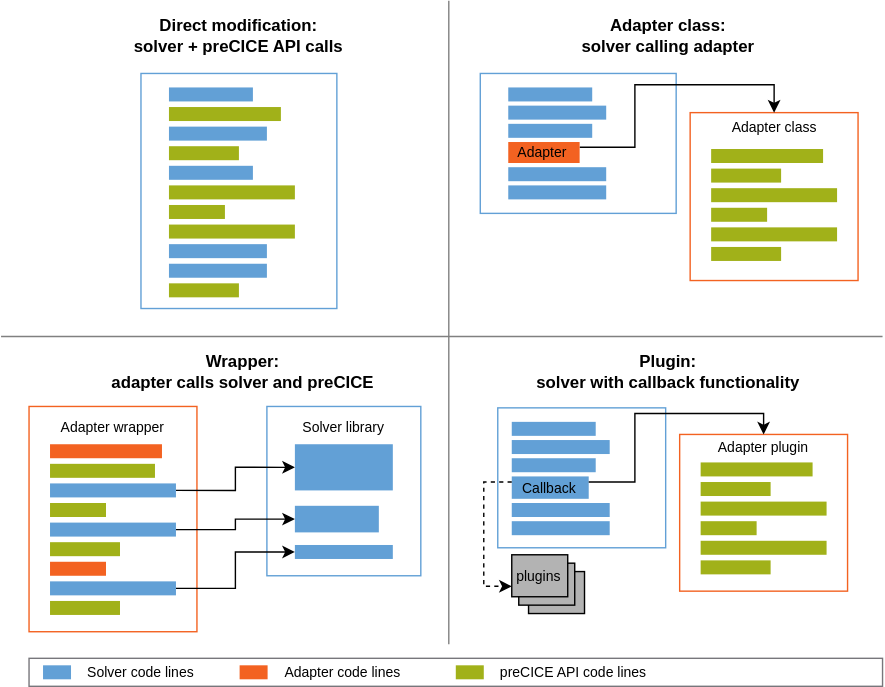
Earlier version of the draw.io export images/docs/couple-your-code/adapter-software-engineering/adapter-software-engineering-approaches.svg (precice/precice.github.io). Source tidied: cells renumbered, new cells last; positions are measured from the earlier drawing's top-left corner, leaving out a move shared by most shapes. Source of this version:
```xml
<mxGraphModel>
  <root>
    <mxCell id="0" />
    <mxCell id="1" parent="0" />
    <mxCell id="2" style="group;" parent="1" vertex="1">
      <mxGeometry x="100" y="52" width="140" height="168" as="geometry" />
    </mxCell>
    <mxCell id="3" style="rounded=0;whiteSpace=wrap;html=1;strokeColor=#62A0D6;" parent="2" vertex="1">
      <mxGeometry width="140" height="168" as="geometry" />
    </mxCell>
    <mxCell id="4" style="rounded=0;whiteSpace=wrap;html=1;strokeColor=none;fillColor=#A1B119;" parent="2" vertex="1">
      <mxGeometry x="20" y="80" width="90" height="10" as="geometry" />
    </mxCell>
    <mxCell id="5" style="rounded=0;whiteSpace=wrap;html=1;strokeColor=none;fillColor=#62A0D6;" parent="2" vertex="1">
      <mxGeometry x="20" y="10" width="60" height="10" as="geometry" />
    </mxCell>
    <mxCell id="6" style="rounded=0;whiteSpace=wrap;html=1;strokeColor=none;fillColor=#62A0D6;" parent="2" vertex="1">
      <mxGeometry x="20" y="38" width="70" height="10" as="geometry" />
    </mxCell>
    <mxCell id="7" style="rounded=0;whiteSpace=wrap;html=1;strokeColor=none;fillColor=#62A0D6;" parent="2" vertex="1">
      <mxGeometry x="20" y="66" width="60" height="10" as="geometry" />
    </mxCell>
    <mxCell id="8" style="rounded=0;whiteSpace=wrap;html=1;strokeColor=none;fillColor=#62A0D6;" parent="2" vertex="1">
      <mxGeometry x="20" y="122" width="70" height="10" as="geometry" />
    </mxCell>
    <mxCell id="9" style="rounded=0;whiteSpace=wrap;html=1;strokeColor=none;fillColor=#62A0D6;" parent="2" vertex="1">
      <mxGeometry x="20" y="136" width="70" height="10" as="geometry" />
    </mxCell>
    <mxCell id="10" style="rounded=0;whiteSpace=wrap;html=1;strokeColor=none;fillColor=#A1B119;" parent="2" vertex="1">
      <mxGeometry x="20" y="24" width="80" height="10" as="geometry" />
    </mxCell>
    <mxCell id="11" style="rounded=0;whiteSpace=wrap;html=1;strokeColor=none;fillColor=#A1B119;" parent="2" vertex="1">
      <mxGeometry x="20" y="52" width="50" height="10" as="geometry" />
    </mxCell>
    <mxCell id="12" style="rounded=0;whiteSpace=wrap;html=1;strokeColor=none;fillColor=#A1B119;" parent="2" vertex="1">
      <mxGeometry x="20" y="94" width="40" height="10" as="geometry" />
    </mxCell>
    <mxCell id="13" style="rounded=0;whiteSpace=wrap;html=1;strokeColor=none;fillColor=#A1B119;" parent="2" vertex="1">
      <mxGeometry x="20" y="108" width="90" height="10" as="geometry" />
    </mxCell>
    <mxCell id="14" style="rounded=0;whiteSpace=wrap;html=1;strokeColor=none;fillColor=#A1B119;" parent="2" vertex="1">
      <mxGeometry x="20" y="150" width="50" height="10" as="geometry" />
    </mxCell>
    <mxCell id="15" style="endArrow=none;html=1;rounded=0;strokeColor=#808080;" parent="1" edge="1">
      <mxGeometry relative="1" as="geometry">
        <mxPoint y="240" as="sourcePoint" />
        <mxPoint x="630" y="240" as="targetPoint" />
      </mxGeometry>
    </mxCell>
    <mxCell id="16" style="endArrow=none;html=1;rounded=0;strokeColor=#808080;" parent="1" edge="1">
      <mxGeometry relative="1" as="geometry">
        <mxPoint x="320" y="460" as="sourcePoint" />
        <mxPoint x="320" as="targetPoint" />
      </mxGeometry>
    </mxCell>
    <mxCell id="17" value="Direct modification:&lt;br&gt;solver + preCICE API calls" style="text;html=1;align=center;verticalAlign=middle;whiteSpace=wrap;rounded=0;fontStyle=1;" parent="1" vertex="1">
      <mxGeometry x="90" y="10" width="160" height="30" as="geometry" />
    </mxCell>
    <mxCell id="18" value="Adapter class:&lt;br&gt;solver calling adapter" style="text;html=1;align=center;verticalAlign=middle;whiteSpace=wrap;rounded=0;fontStyle=1;" parent="1" vertex="1">
      <mxGeometry x="397.5" y="10" width="160" height="30" as="geometry" />
    </mxCell>
    <mxCell id="19" value="Plugin:&lt;br&gt;solver with callback functionality" style="text;html=1;align=center;verticalAlign=middle;whiteSpace=wrap;rounded=0;fontStyle=1;" parent="1" vertex="1">
      <mxGeometry x="379.4" y="250" width="196.2" height="30" as="geometry" />
    </mxCell>
    <mxCell id="20" style="rounded=0;whiteSpace=wrap;html=1;strokeColor=#62A0D6;" parent="1" vertex="1">
      <mxGeometry x="190" y="290" width="110" height="121" as="geometry" />
    </mxCell>
    <mxCell id="21" style="rounded=0;whiteSpace=wrap;html=1;strokeColor=#F36221;" parent="1" vertex="1">
      <mxGeometry x="20" y="290" width="120" height="161" as="geometry" />
    </mxCell>
    <mxCell id="22" style="rounded=0;whiteSpace=wrap;html=1;strokeColor=none;fillColor=#62A0D6;" parent="1" vertex="1">
      <mxGeometry x="210" y="317" width="70" height="33" as="geometry" />
    </mxCell>
    <mxCell id="23" style="rounded=0;whiteSpace=wrap;html=1;strokeColor=none;fillColor=#62A0D6;" parent="1" vertex="1">
      <mxGeometry x="210" y="389" width="70" height="10" as="geometry" />
    </mxCell>
    <mxCell id="24" style="rounded=0;whiteSpace=wrap;html=1;strokeColor=none;fillColor=#F36221;" parent="1" vertex="1">
      <mxGeometry x="35" y="317" width="80" height="10" as="geometry" />
    </mxCell>
    <mxCell id="25" style="rounded=0;whiteSpace=wrap;html=1;strokeColor=none;fillColor=#A1B119;" parent="1" vertex="1">
      <mxGeometry x="35" y="331" width="75" height="10" as="geometry" />
    </mxCell>
    <mxCell id="26" style="edgeStyle=orthogonalEdgeStyle;rounded=0;jettySize=auto;html=1;exitX=1;exitY=0.5;exitDx=0;exitDy=0;entryX=0;entryY=0.5;entryDx=0;entryDy=0;" parent="1" edge="1" source="27" target="22">
      <mxGeometry relative="1" as="geometry" />
    </mxCell>
    <mxCell id="27" style="rounded=0;whiteSpace=wrap;html=1;strokeColor=none;fillColor=#62A0D6;" parent="1" vertex="1">
      <mxGeometry x="35" y="345" width="90" height="10" as="geometry" />
    </mxCell>
    <mxCell id="28" style="rounded=0;whiteSpace=wrap;html=1;strokeColor=none;fillColor=#A1B119;" parent="1" vertex="1">
      <mxGeometry x="35" y="359" width="40" height="10" as="geometry" />
    </mxCell>
    <mxCell id="29" style="edgeStyle=orthogonalEdgeStyle;rounded=0;jettySize=auto;html=1;exitX=1;exitY=0.5;exitDx=0;exitDy=0;entryX=0;entryY=0.5;entryDx=0;entryDy=0;" parent="1" edge="1" source="30" target="37">
      <mxGeometry relative="1" as="geometry" />
    </mxCell>
    <mxCell id="30" style="rounded=0;whiteSpace=wrap;html=1;strokeColor=none;fillColor=#62A0D6;" parent="1" vertex="1">
      <mxGeometry x="35" y="373" width="90" height="10" as="geometry" />
    </mxCell>
    <mxCell id="31" style="rounded=0;whiteSpace=wrap;html=1;strokeColor=none;fillColor=#A1B119;" parent="1" vertex="1">
      <mxGeometry x="35" y="387" width="50" height="10" as="geometry" />
    </mxCell>
    <mxCell id="32" value="Adapter wrapper" style="text;html=1;strokeColor=none;fillColor=none;align=center;verticalAlign=middle;whiteSpace=wrap;rounded=0;fontSize=10;" parent="1" vertex="1">
      <mxGeometry x="42" y="300" width="76" height="10" as="geometry" />
    </mxCell>
    <mxCell id="33" style="rounded=0;whiteSpace=wrap;html=1;strokeColor=none;fillColor=#A1B119;" parent="1" vertex="1">
      <mxGeometry x="35" y="429" width="50" height="10" as="geometry" />
    </mxCell>
    <mxCell id="34" style="edgeStyle=orthogonalEdgeStyle;rounded=0;jettySize=auto;html=1;exitX=1;exitY=0.5;exitDx=0;exitDy=0;entryX=0;entryY=0.5;entryDx=0;entryDy=0;" parent="1" edge="1" source="35" target="23">
      <mxGeometry relative="1" as="geometry" />
    </mxCell>
    <mxCell id="35" style="rounded=0;whiteSpace=wrap;html=1;strokeColor=none;fillColor=#62A0D6;" parent="1" vertex="1">
      <mxGeometry x="35" y="415" width="90" height="10" as="geometry" />
    </mxCell>
    <mxCell id="36" style="rounded=0;whiteSpace=wrap;html=1;strokeColor=none;fillColor=#F36221;" parent="1" vertex="1">
      <mxGeometry x="35" y="401" width="40" height="10" as="geometry" />
    </mxCell>
    <mxCell id="37" style="rounded=0;whiteSpace=wrap;html=1;strokeColor=none;fillColor=#62A0D6;" parent="1" vertex="1">
      <mxGeometry x="210" y="361" width="60" height="19" as="geometry" />
    </mxCell>
    <mxCell id="38" style="rounded=0;whiteSpace=wrap;html=1;strokeColor=#62A0D6;" parent="1" vertex="1">
      <mxGeometry x="342.5" y="52" width="140" height="100" as="geometry" />
    </mxCell>
    <mxCell id="39" style="rounded=0;whiteSpace=wrap;html=1;strokeColor=#F36221;" parent="1" vertex="1">
      <mxGeometry x="492.5" y="80" width="120" height="120" as="geometry" />
    </mxCell>
    <mxCell id="40" style="rounded=0;whiteSpace=wrap;html=1;strokeColor=none;fillColor=#62A0D6;" parent="1" vertex="1">
      <mxGeometry x="362.5" y="62" width="60" height="10" as="geometry" />
    </mxCell>
    <mxCell id="41" style="rounded=0;whiteSpace=wrap;html=1;strokeColor=none;fillColor=#62A0D6;" parent="1" vertex="1">
      <mxGeometry x="362.5" y="75" width="70" height="10" as="geometry" />
    </mxCell>
    <mxCell id="42" style="rounded=0;whiteSpace=wrap;html=1;strokeColor=none;fillColor=#62A0D6;" parent="1" vertex="1">
      <mxGeometry x="362.5" y="88" width="60" height="10" as="geometry" />
    </mxCell>
    <mxCell id="43" style="rounded=0;whiteSpace=wrap;html=1;strokeColor=none;fillColor=#62A0D6;" parent="1" vertex="1">
      <mxGeometry x="362.5" y="119" width="70" height="10" as="geometry" />
    </mxCell>
    <mxCell id="44" style="rounded=0;whiteSpace=wrap;html=1;strokeColor=none;fillColor=#62A0D6;" parent="1" vertex="1">
      <mxGeometry x="362.5" y="132" width="70" height="10" as="geometry" />
    </mxCell>
    <mxCell id="45" style="edgeStyle=orthogonalEdgeStyle;rounded=0;jettySize=auto;html=1;entryX=0.5;entryY=0;entryDx=0;entryDy=0;exitX=1;exitY=0.25;exitDx=0;exitDy=0;" parent="1" edge="1" source="46" target="39">
      <mxGeometry relative="1" as="geometry" />
    </mxCell>
    <mxCell id="46" style="rounded=0;whiteSpace=wrap;html=1;strokeColor=none;fillColor=#F36221;" parent="1" vertex="1">
      <mxGeometry x="362.5" y="101" width="51" height="15" as="geometry" />
    </mxCell>
    <mxCell id="47" style="rounded=0;whiteSpace=wrap;html=1;strokeColor=none;fillColor=#A1B119;" parent="1" vertex="1">
      <mxGeometry x="507.5" y="106" width="80" height="10" as="geometry" />
    </mxCell>
    <mxCell id="48" style="rounded=0;whiteSpace=wrap;html=1;strokeColor=none;fillColor=#A1B119;" parent="1" vertex="1">
      <mxGeometry x="507.5" y="120" width="50" height="10" as="geometry" />
    </mxCell>
    <mxCell id="49" style="rounded=0;whiteSpace=wrap;html=1;strokeColor=none;fillColor=#A1B119;" parent="1" vertex="1">
      <mxGeometry x="507.5" y="134" width="90" height="10" as="geometry" />
    </mxCell>
    <mxCell id="50" style="rounded=0;whiteSpace=wrap;html=1;strokeColor=none;fillColor=#A1B119;" parent="1" vertex="1">
      <mxGeometry x="507.5" y="148" width="40" height="10" as="geometry" />
    </mxCell>
    <mxCell id="51" style="rounded=0;whiteSpace=wrap;html=1;strokeColor=none;fillColor=#A1B119;" parent="1" vertex="1">
      <mxGeometry x="507.5" y="162" width="90" height="10" as="geometry" />
    </mxCell>
    <mxCell id="52" style="rounded=0;whiteSpace=wrap;html=1;strokeColor=none;fillColor=#A1B119;" parent="1" vertex="1">
      <mxGeometry x="507.5" y="176" width="50" height="10" as="geometry" />
    </mxCell>
    <mxCell id="53" value="&lt;font style=&quot;font-size: 10px;&quot;&gt;Adapter&amp;nbsp;&lt;/font&gt;&lt;font style=&quot;font-size: 10px;&quot;&gt;class&lt;/font&gt;" style="text;html=1;strokeColor=none;fillColor=none;align=center;verticalAlign=middle;whiteSpace=wrap;rounded=0;fontSize=10;" parent="1" vertex="1">
      <mxGeometry x="508.8" y="85" width="87.5" height="10" as="geometry" />
    </mxCell>
    <mxCell id="54" value="&lt;font style=&quot;font-size: 10px;&quot;&gt;Adapter&lt;br style=&quot;font-size: 10px;&quot;&gt;&lt;/font&gt;" style="text;html=1;strokeColor=none;fillColor=none;align=center;verticalAlign=middle;whiteSpace=wrap;rounded=0;fontSize=10;" parent="1" vertex="1">
      <mxGeometry x="357.5" y="99.5" width="60" height="17" as="geometry" />
    </mxCell>
    <mxCell id="55" value="Solver library" style="text;html=1;strokeColor=none;fillColor=none;align=center;verticalAlign=middle;whiteSpace=wrap;rounded=0;fontSize=10;" parent="1" vertex="1">
      <mxGeometry x="207" y="300" width="76" height="10" as="geometry" />
    </mxCell>
    <mxCell id="56" style="group;" parent="1" vertex="1">
      <mxGeometry x="350" y="291" width="255" height="169" as="geometry" />
    </mxCell>
    <mxCell id="57" style="rounded=0;whiteSpace=wrap;html=1;strokeColor=#000000;fillColor=#B3B3B3;" parent="56" vertex="1">
      <mxGeometry x="27" y="117" width="40" height="30" as="geometry" />
    </mxCell>
    <mxCell id="58" style="rounded=0;whiteSpace=wrap;html=1;strokeColor=#000000;fillColor=#B3B3B3;" parent="56" vertex="1">
      <mxGeometry x="20" y="111" width="40" height="30" as="geometry" />
    </mxCell>
    <mxCell id="59" style="rounded=0;whiteSpace=wrap;html=1;strokeColor=#62A0D6;" parent="56" vertex="1">
      <mxGeometry x="5" width="120" height="100" as="geometry" />
    </mxCell>
    <mxCell id="60" style="rounded=0;whiteSpace=wrap;html=1;strokeColor=none;fillColor=#62A0D6;" parent="56" vertex="1">
      <mxGeometry x="15" y="10" width="60" height="10" as="geometry" />
    </mxCell>
    <mxCell id="61" style="rounded=0;whiteSpace=wrap;html=1;strokeColor=none;fillColor=#62A0D6;" parent="56" vertex="1">
      <mxGeometry x="15" y="23" width="70" height="10" as="geometry" />
    </mxCell>
    <mxCell id="62" style="rounded=0;whiteSpace=wrap;html=1;strokeColor=none;fillColor=#62A0D6;" parent="56" vertex="1">
      <mxGeometry x="15" y="36" width="60" height="10" as="geometry" />
    </mxCell>
    <mxCell id="63" style="rounded=0;whiteSpace=wrap;html=1;strokeColor=none;fillColor=#62A0D6;" parent="56" vertex="1">
      <mxGeometry x="15" y="68" width="70" height="10" as="geometry" />
    </mxCell>
    <mxCell id="64" style="rounded=0;whiteSpace=wrap;html=1;strokeColor=none;fillColor=#62A0D6;" parent="56" vertex="1">
      <mxGeometry x="15" y="81" width="70" height="10" as="geometry" />
    </mxCell>
    <mxCell id="65" style="rounded=0;whiteSpace=wrap;html=1;strokeColor=none;fillColor=#62A0D6;" parent="56" vertex="1">
      <mxGeometry x="15" y="49" width="55" height="16" as="geometry" />
    </mxCell>
    <mxCell id="66" style="rounded=0;whiteSpace=wrap;html=1;strokeColor=#000000;fillColor=#B3B3B3;" parent="56" vertex="1">
      <mxGeometry x="15" y="105" width="40" height="30" as="geometry" />
    </mxCell>
    <mxCell id="67" style="edgeStyle=orthogonalEdgeStyle;rounded=0;jettySize=auto;html=1;exitX=0;exitY=0.25;exitDx=0;exitDy=0;entryX=0;entryY=0.75;entryDx=0;entryDy=0;fontSize=7;dashed=1;" parent="56" edge="1" source="65" target="66">
      <mxGeometry relative="1" as="geometry" />
    </mxCell>
    <mxCell id="68" style="rounded=0;whiteSpace=wrap;html=1;strokeColor=#F36221;" parent="56" vertex="1">
      <mxGeometry x="135" y="19" width="120" height="112" as="geometry" />
    </mxCell>
    <mxCell id="69" style="rounded=0;whiteSpace=wrap;html=1;strokeColor=none;fillColor=#A1B119;" parent="56" vertex="1">
      <mxGeometry x="150" y="39" width="80" height="10" as="geometry" />
    </mxCell>
    <mxCell id="70" style="rounded=0;whiteSpace=wrap;html=1;strokeColor=none;fillColor=#A1B119;" parent="56" vertex="1">
      <mxGeometry x="150" y="53" width="50" height="10" as="geometry" />
    </mxCell>
    <mxCell id="71" style="rounded=0;whiteSpace=wrap;html=1;strokeColor=none;fillColor=#A1B119;" parent="56" vertex="1">
      <mxGeometry x="150" y="67" width="90" height="10" as="geometry" />
    </mxCell>
    <mxCell id="72" style="rounded=0;whiteSpace=wrap;html=1;strokeColor=none;fillColor=#A1B119;" parent="56" vertex="1">
      <mxGeometry x="150" y="81" width="40" height="10" as="geometry" />
    </mxCell>
    <mxCell id="73" style="rounded=0;whiteSpace=wrap;html=1;strokeColor=none;fillColor=#A1B119;" parent="56" vertex="1">
      <mxGeometry x="150" y="95" width="90" height="10" as="geometry" />
    </mxCell>
    <mxCell id="74" style="rounded=0;whiteSpace=wrap;html=1;strokeColor=none;fillColor=#A1B119;" parent="56" vertex="1">
      <mxGeometry x="150" y="109" width="50" height="10" as="geometry" />
    </mxCell>
    <mxCell id="75" style="edgeStyle=orthogonalEdgeStyle;rounded=0;jettySize=auto;html=1;exitX=1;exitY=0.25;exitDx=0;exitDy=0;entryX=0.5;entryY=0;entryDx=0;entryDy=0;" parent="56" edge="1" source="65" target="68">
      <mxGeometry x="475" y="487" as="geometry">
        <Array as="points">
          <mxPoint x="103" y="53" />
          <mxPoint x="103" y="4" />
          <mxPoint x="195" y="4" />
        </Array>
      </mxGeometry>
    </mxCell>
    <mxCell id="76" value="&lt;font style=&quot;font-size: 10px;&quot;&gt;Adapter&amp;nbsp;&lt;/font&gt;&lt;font style=&quot;font-size: 10px;&quot;&gt;plugin&lt;/font&gt;" style="text;html=1;strokeColor=none;fillColor=none;align=center;verticalAlign=middle;whiteSpace=wrap;rounded=0;fontSize=10;" parent="56" vertex="1">
      <mxGeometry x="155" y="23" width="80" height="10" as="geometry" />
    </mxCell>
    <mxCell id="77" value="&lt;font style=&quot;font-size: 10px;&quot;&gt;plugins&lt;/font&gt;" style="text;html=1;strokeColor=none;fillColor=none;align=center;verticalAlign=middle;whiteSpace=wrap;rounded=0;fontSize=10;" parent="56" vertex="1">
      <mxGeometry x="12.5" y="115" width="45" height="10" as="geometry" />
    </mxCell>
    <mxCell id="78" value="&lt;font style=&quot;font-size: 10px;&quot;&gt;Callback&lt;/font&gt;" style="text;html=1;strokeColor=none;fillColor=none;align=center;verticalAlign=middle;whiteSpace=wrap;rounded=0;fontSize=10;" parent="56" vertex="1">
      <mxGeometry x="12.5" y="52.2" width="60" height="9.5" as="geometry" />
    </mxCell>
    <mxCell id="79" value="Wrapper:&lt;br&gt;adapter calls solver and preCICE" style="text;html=1;align=center;verticalAlign=middle;whiteSpace=wrap;rounded=0;fontStyle=1;" parent="1" vertex="1">
      <mxGeometry x="75" y="250" width="196.2" height="30" as="geometry" />
    </mxCell>
    <mxCell id="80" style="group;" parent="1" vertex="1">
      <mxGeometry x="20" y="470" width="610" height="20" as="geometry" />
    </mxCell>
    <mxCell id="81" style="rounded=0;whiteSpace=wrap;html=1;fillColor=default;strokeColor=light-dark(#77767b, #ededed);" parent="80" vertex="1">
      <mxGeometry width="610" height="20" as="geometry" />
    </mxCell>
    <mxCell id="82" style="group;" parent="80" vertex="1">
      <mxGeometry x="10" y="3" width="125" height="14" as="geometry" />
    </mxCell>
    <mxCell id="83" style="rounded=0;whiteSpace=wrap;html=1;fillColor=#62A0D6;strokeColor=none;" parent="82" vertex="1">
      <mxGeometry y="2" width="20" height="10" as="geometry" />
    </mxCell>
    <mxCell id="84" value="Solver code lines" style="text;html=1;align=left;verticalAlign=middle;whiteSpace=wrap;rounded=0;fontSize=10;" parent="82" vertex="1">
      <mxGeometry x="30" width="95" height="14" as="geometry" />
    </mxCell>
    <mxCell id="85" style="group;" parent="80" vertex="1">
      <mxGeometry x="305" y="3" width="145" height="14" as="geometry" />
    </mxCell>
    <mxCell id="86" style="rounded=0;whiteSpace=wrap;html=1;fillColor=#A1B119;strokeColor=none;" parent="85" vertex="1">
      <mxGeometry y="2" width="20" height="10" as="geometry" />
    </mxCell>
    <mxCell id="87" value="preCICE API code lines" style="text;html=1;align=left;verticalAlign=middle;whiteSpace=wrap;rounded=0;fontSize=10;" parent="85" vertex="1">
      <mxGeometry x="30" width="115" height="14" as="geometry" />
    </mxCell>
    <mxCell id="88" style="group;" parent="80" vertex="1">
      <mxGeometry x="150.5" y="3" width="139" height="14" as="geometry" />
    </mxCell>
    <mxCell id="89" style="rounded=0;whiteSpace=wrap;html=1;fillColor=#F36221;strokeColor=none;" parent="88" vertex="1">
      <mxGeometry y="2" width="20" height="10" as="geometry" />
    </mxCell>
    <mxCell id="90" value="Adapter code lines" style="text;html=1;align=left;verticalAlign=middle;whiteSpace=wrap;rounded=0;fontSize=10;" parent="88" vertex="1">
      <mxGeometry x="30" width="109" height="14" as="geometry" />
    </mxCell>
  </root>
</mxGraphModel>
```
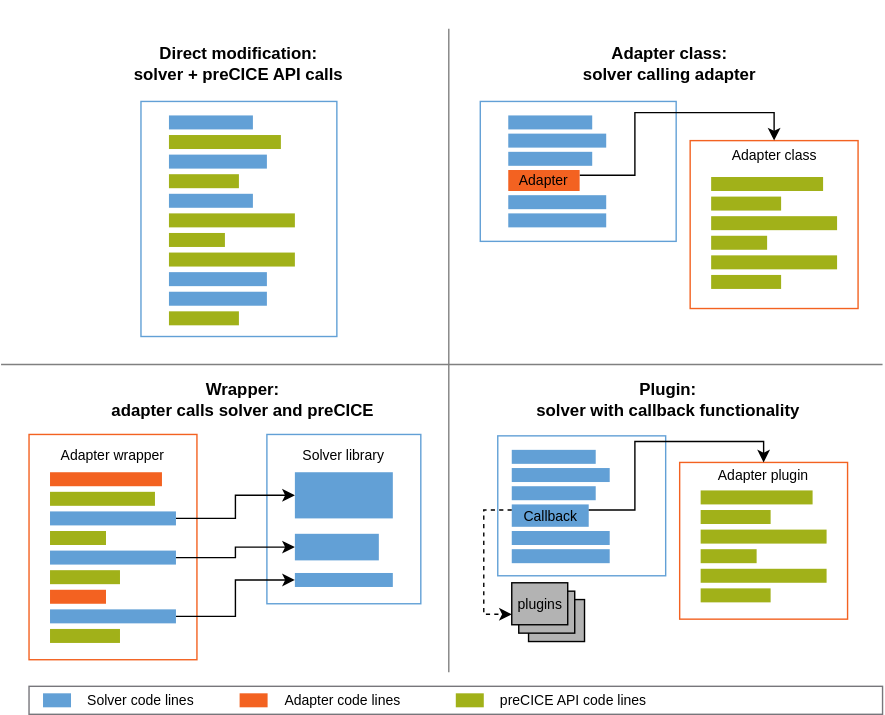
The same file after the commit.

Commit message:
Fix adapter software engineering figure style (enforce light style) (#689)

Change to the diagram source:
```diff
@@ -2,6 +2,9 @@
   <root>
     <mxCell id="0" />
     <mxCell id="1" parent="0" />
+    <mxCell id="91" style="rounded=0;whiteSpace=wrap;html=1;strokeColor=none;" parent="1" vertex="1">
+      <mxGeometry y="-20" width="630" height="510" as="geometry" />
+    </mxCell>
     <mxCell id="2" style="group;" parent="1" vertex="1">
       <mxGeometry x="100" y="52" width="140" height="168" as="geometry" />
     </mxCell>
```
